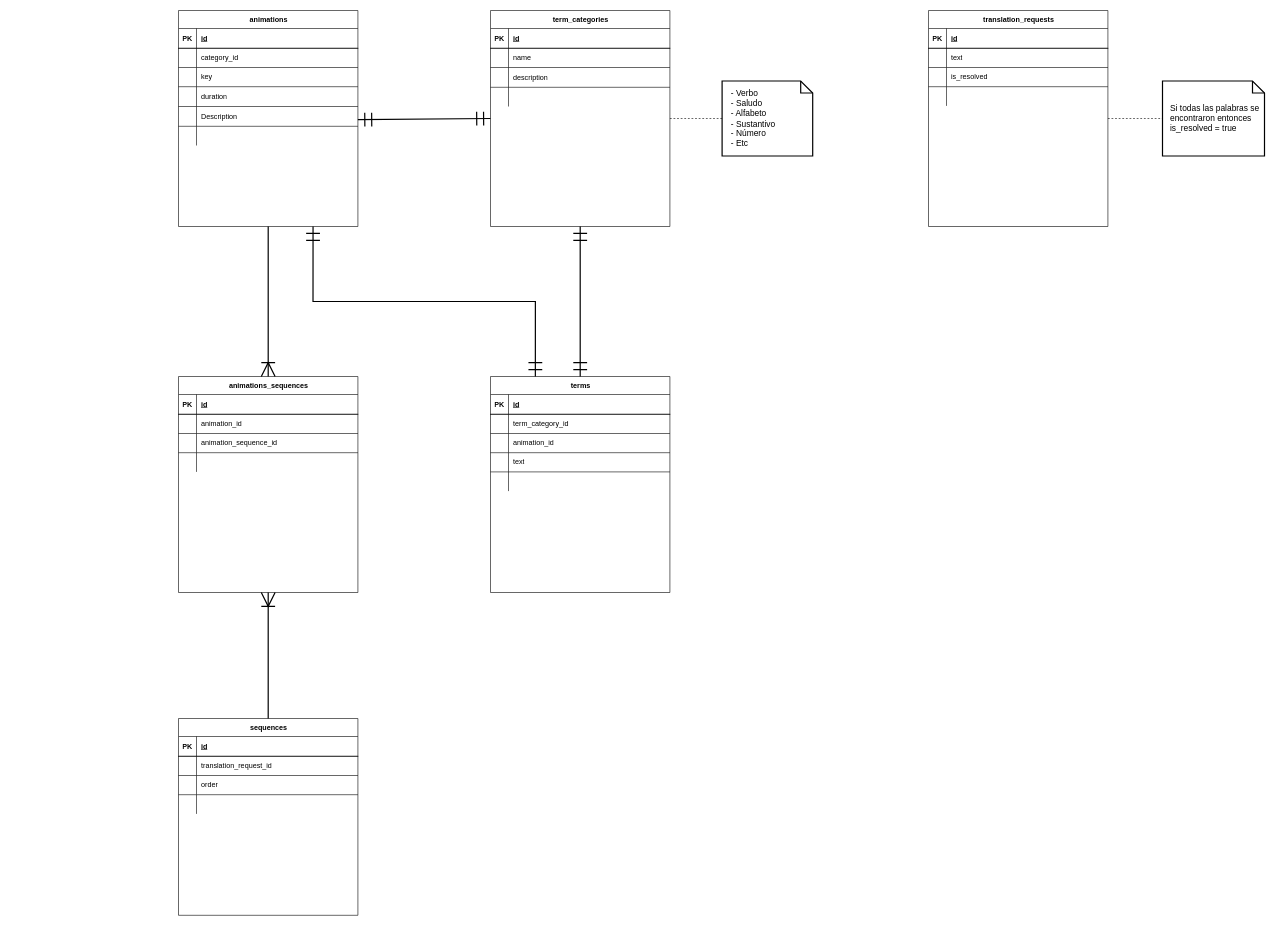
Above: ER.drawio in KineticPlex/kinetic-plex-api (draw.io), before the change. Source tidied: cells renumbered, new cells numbered last; positions are measured from the earlier drawing's top-left corner, leaving out a move shared by most shapes. Both pictures are drawn from the tidied source at 60%, with x=0, y=0 at pixel (178, 10).
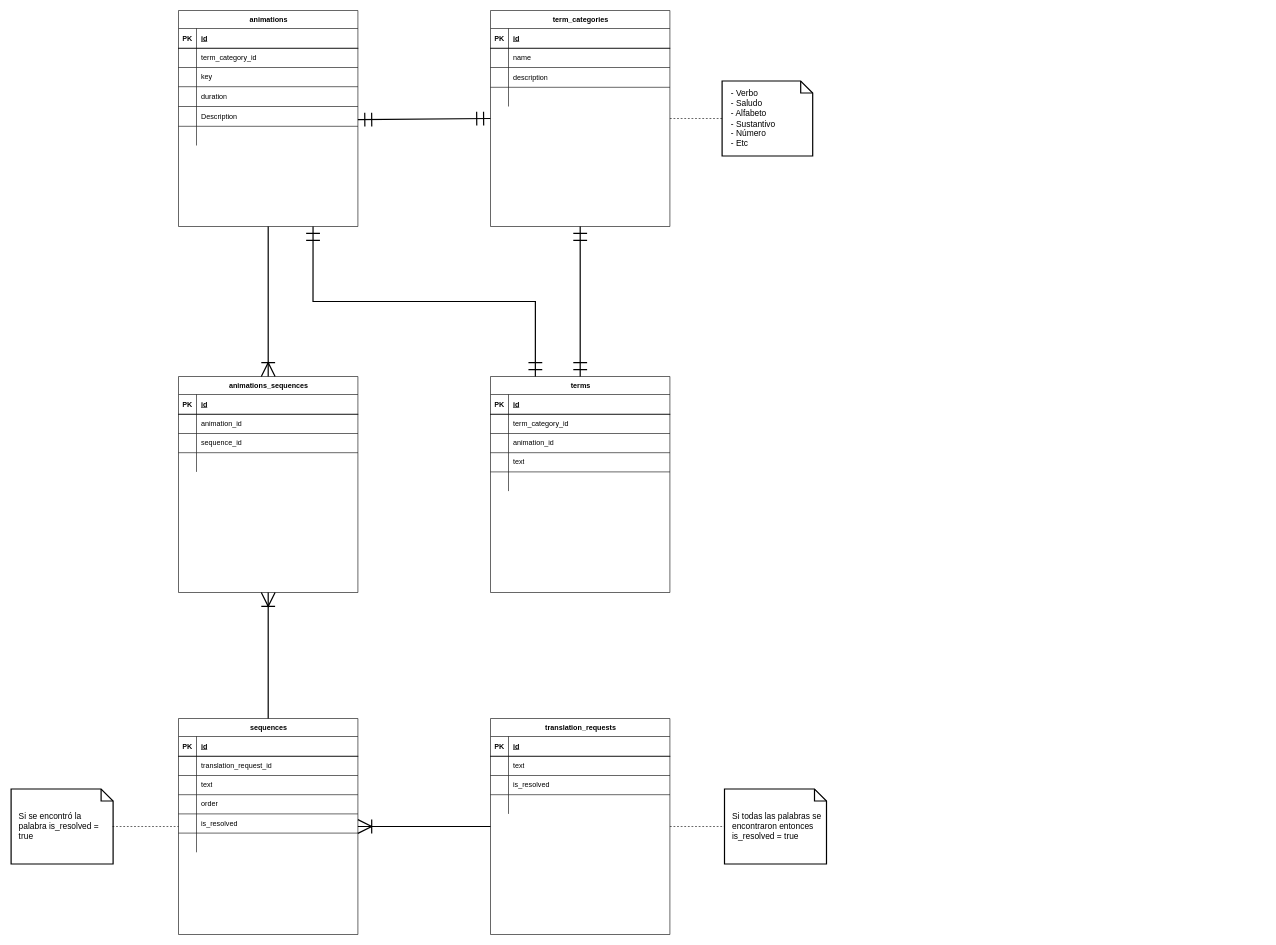
The same page after the edit.

The change refers to these unchanged cells:
```xml
<mxCell id="6" style="shape=tableRow;horizontal=0;startSize=0;swimlaneHead=0;swimlaneBody=0;fillColor=none;top=0;left=0;right=0;bottom=0;fixDash=0;swimlaneLine=1;fixedWidth=0;" parent="2" vertex="1">
  <mxGeometry y="63" width="299" height="32" as="geometry" />
</mxCell>
<mxCell id="90" style="shape=tableRow;horizontal=0;startSize=0;swimlaneHead=0;swimlaneBody=0;fillColor=none;top=0;left=0;right=0;bottom=0;fixDash=0;swimlaneLine=1;fixedWidth=0;" parent="83" vertex="1">
  <mxGeometry y="95" width="299" height="32" as="geometry" />
</mxCell>
```

What changed in the source:
```diff
@@
-    <mxCell id="8" value="category_id" style="shape=partialRectangle;fillColor=none;top=0;left=0;bottom=0;right=0;align=left;spacingLeft=6;overflow=hidden;whiteSpace=wrap;html=1;fixDash=0;swimlaneLine=1;fixedWidth=0;" parent="6" vertex="1">
+    <mxCell id="8" value="term_category_id" style="shape=partialRectangle;fillColor=none;top=0;left=0;bottom=0;right=0;align=left;spacingLeft=6;overflow=hidden;whiteSpace=wrap;html=1;fixDash=0;swimlaneLine=1;fixedWidth=0;" parent="6" vertex="1">
       <mxGeometry x="30" width="269" height="32" as="geometry" />
     </mxCell>
@@
     <mxCell id="54" value="translation_requests" style="shape=table;startSize=30;childLayout=tableLayout;rowLines=1;fontStyle=1;align=center;html=1;swimlaneLine=1;shadow=0;rounded=0;swimlaneHead=1;horizontal=1;swimlaneBody=1;fixDash=0;resizeLastRow=0;fixedWidth=0;" parent="1" vertex="1">
-      <mxGeometry x="1250" width="299" height="360" as="geometry" />
+      <mxGeometry x="520" y="1180" width="299" height="360" as="geometry" />
     </mxCell>
@@
     <mxCell id="67" value="Si todas las palabras se&amp;nbsp; encontraron entonces is_resolved = true" style="shape=note;strokeWidth=2;fontSize=14;size=20;whiteSpace=wrap;html=1;align=left;spacingLeft=11;" parent="1" vertex="1">
-      <mxGeometry x="1640" y="117.5" width="170" height="125" as="geometry" />
+      <mxGeometry x="910" y="1297.5" width="170" height="125" as="geometry" />
     </mxCell>
@@
     <mxCell id="69" value="sequences" style="shape=table;startSize=30;childLayout=tableLayout;rowLines=1;fontStyle=1;align=center;html=1;swimlaneLine=1;shadow=0;rounded=0;swimlaneHead=1;horizontal=1;swimlaneBody=1;fixDash=0;resizeLastRow=0;fixedWidth=0;" parent="1" vertex="1">
-      <mxGeometry y="1180" width="299" height="328" as="geometry" />
+      <mxGeometry y="1180" width="299" height="360" as="geometry" />
     </mxCell>
@@
+    <mxCell id="98" style="shape=tableRow;horizontal=0;startSize=0;swimlaneHead=0;swimlaneBody=0;fillColor=none;top=0;left=0;right=0;bottom=0;fixDash=0;swimlaneLine=1;fixedWidth=0;" parent="69" vertex="1">
+      <mxGeometry y="95" width="299" height="32" as="geometry" />
+    </mxCell>
+    <mxCell id="99" style="shape=partialRectangle;fillColor=none;top=0;left=0;bottom=0;right=0;overflow=hidden;whiteSpace=wrap;html=1;fixDash=0;swimlaneLine=1;fixedWidth=0;" parent="98" vertex="1">
+      <mxGeometry width="30" height="32" as="geometry" />
+    </mxCell>
+    <mxCell id="100" value="text" style="shape=partialRectangle;fillColor=none;top=0;left=0;bottom=0;right=0;align=left;spacingLeft=6;overflow=hidden;whiteSpace=wrap;html=1;fixDash=0;swimlaneLine=1;fixedWidth=0;" parent="98" vertex="1">
+      <mxGeometry x="30" width="269" height="32" as="geometry" />
+    </mxCell>
     <mxCell id="76" style="shape=tableRow;horizontal=0;startSize=0;swimlaneHead=0;swimlaneBody=0;fillColor=none;top=0;left=0;right=0;bottom=0;fixDash=0;swimlaneLine=1;fixedWidth=0;" parent="69" vertex="1">
-      <mxGeometry y="95" width="299" height="32" as="geometry" />
+      <mxGeometry y="127" width="299" height="32" as="geometry" />
     </mxCell>
@@
+    <mxCell id="101" style="shape=tableRow;horizontal=0;startSize=0;swimlaneHead=0;swimlaneBody=0;fillColor=none;top=0;left=0;right=0;bottom=0;fixDash=0;swimlaneLine=1;fixedWidth=0;" parent="69" vertex="1">
+      <mxGeometry y="159" width="299" height="32" as="geometry" />
+    </mxCell>
+    <mxCell id="102" style="shape=partialRectangle;fillColor=none;top=0;left=0;bottom=0;right=0;overflow=hidden;whiteSpace=wrap;html=1;fixDash=0;swimlaneLine=1;fixedWidth=0;" parent="101" vertex="1">
+      <mxGeometry width="30" height="32" as="geometry" />
+    </mxCell>
+    <mxCell id="103" value="is_resolved" style="shape=partialRectangle;fillColor=none;top=0;left=0;bottom=0;right=0;align=left;spacingLeft=6;overflow=hidden;whiteSpace=wrap;html=1;fixDash=0;swimlaneLine=1;fixedWidth=0;" parent="101" vertex="1">
+      <mxGeometry x="30" width="269" height="32" as="geometry" />
+    </mxCell>
     <mxCell id="79" style="shape=tableRow;horizontal=0;startSize=0;swimlaneHead=0;swimlaneBody=0;fillColor=none;top=0;left=0;right=0;bottom=0;fixDash=0;swimlaneLine=1;fixedWidth=0;" parent="69" vertex="1">
-      <mxGeometry y="127" width="299" height="32" as="geometry" />
+      <mxGeometry y="191" width="299" height="32" as="geometry" />
     </mxCell>
@@
-    <mxCell id="92" value="animation_sequence_id" style="shape=partialRectangle;fillColor=none;top=0;left=0;bottom=0;right=0;align=left;spacingLeft=6;overflow=hidden;whiteSpace=wrap;html=1;fixDash=0;swimlaneLine=1;fixedWidth=0;" parent="90" vertex="1">
+    <mxCell id="92" value="sequence_id" style="shape=partialRectangle;fillColor=none;top=0;left=0;bottom=0;right=0;align=left;spacingLeft=6;overflow=hidden;whiteSpace=wrap;html=1;fixDash=0;swimlaneLine=1;fixedWidth=0;" parent="90" vertex="1">
       <mxGeometry x="30" width="269" height="32" as="geometry" />
     </mxCell>
@@
+    <mxCell id="104" style="edgeStyle=orthogonalEdgeStyle;fontSize=12;html=1;endArrow=ERoneToMany;rounded=0;endSize=20;strokeWidth=2;arcSize=20;fixDash=0;swimlaneLine=1;exitX=0;exitY=0.5;exitDx=0;exitDy=0;entryX=1;entryY=0.5;entryDx=0;entryDy=0;" parent="1" edge="1" source="54" target="69">
+      <mxGeometry relative="1" as="geometry" />
+    </mxCell>
+    <mxCell id="105" value="Si se encontró la palabra&lt;span style=&quot;background-color: transparent; color: light-dark(rgb(0, 0, 0), rgb(255, 255, 255));&quot;&gt;&amp;nbsp;is_resolved = true&lt;/span&gt;" style="shape=note;strokeWidth=2;fontSize=14;size=20;whiteSpace=wrap;html=1;align=left;spacingLeft=11;" parent="1" vertex="1">
+      <mxGeometry x="-279" y="1297.5" width="170" height="125" as="geometry" />
+    </mxCell>
+    <mxCell id="106" style="endArrow=none;dashed=1;html=1;rounded=0;entryX=0;entryY=0.5;entryDx=0;entryDy=0;" parent="1" edge="1" target="69">
+      <mxGeometry relative="1" as="geometry">
+        <mxPoint x="-110" y="1360" as="sourcePoint" />
+      </mxGeometry>
+    </mxCell>
```
